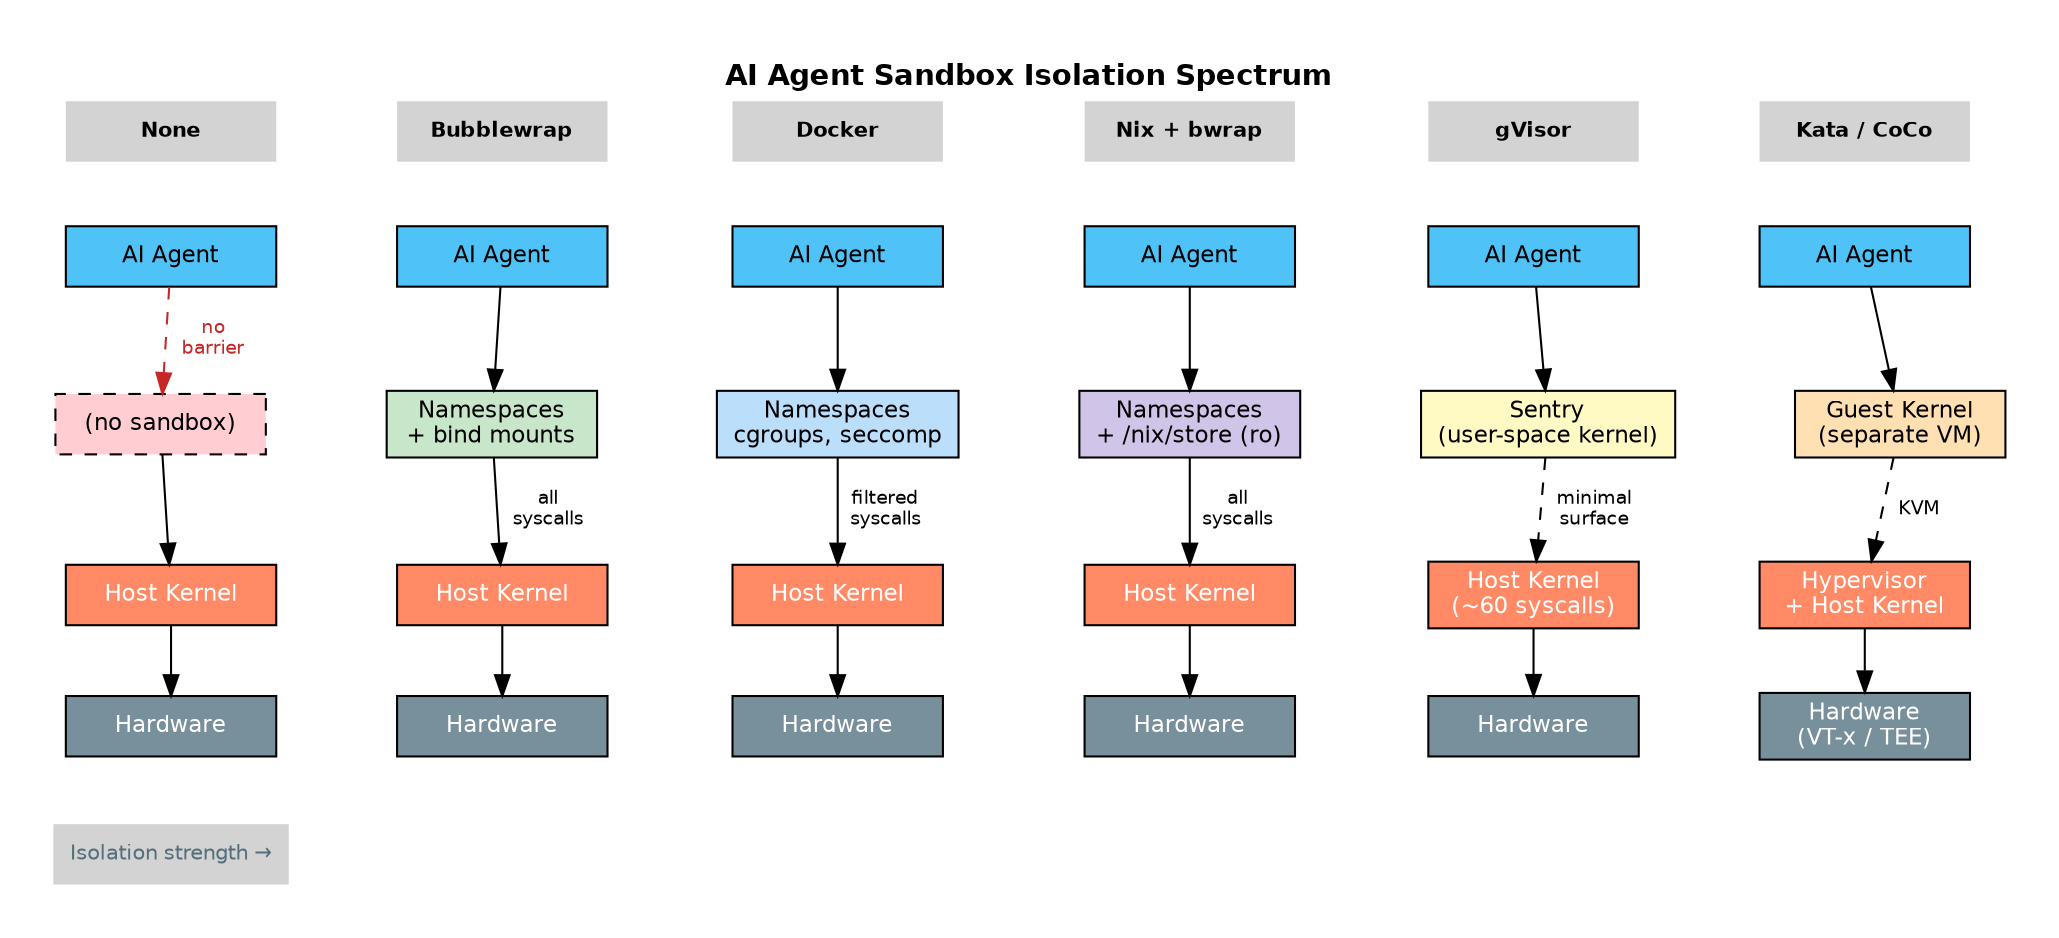
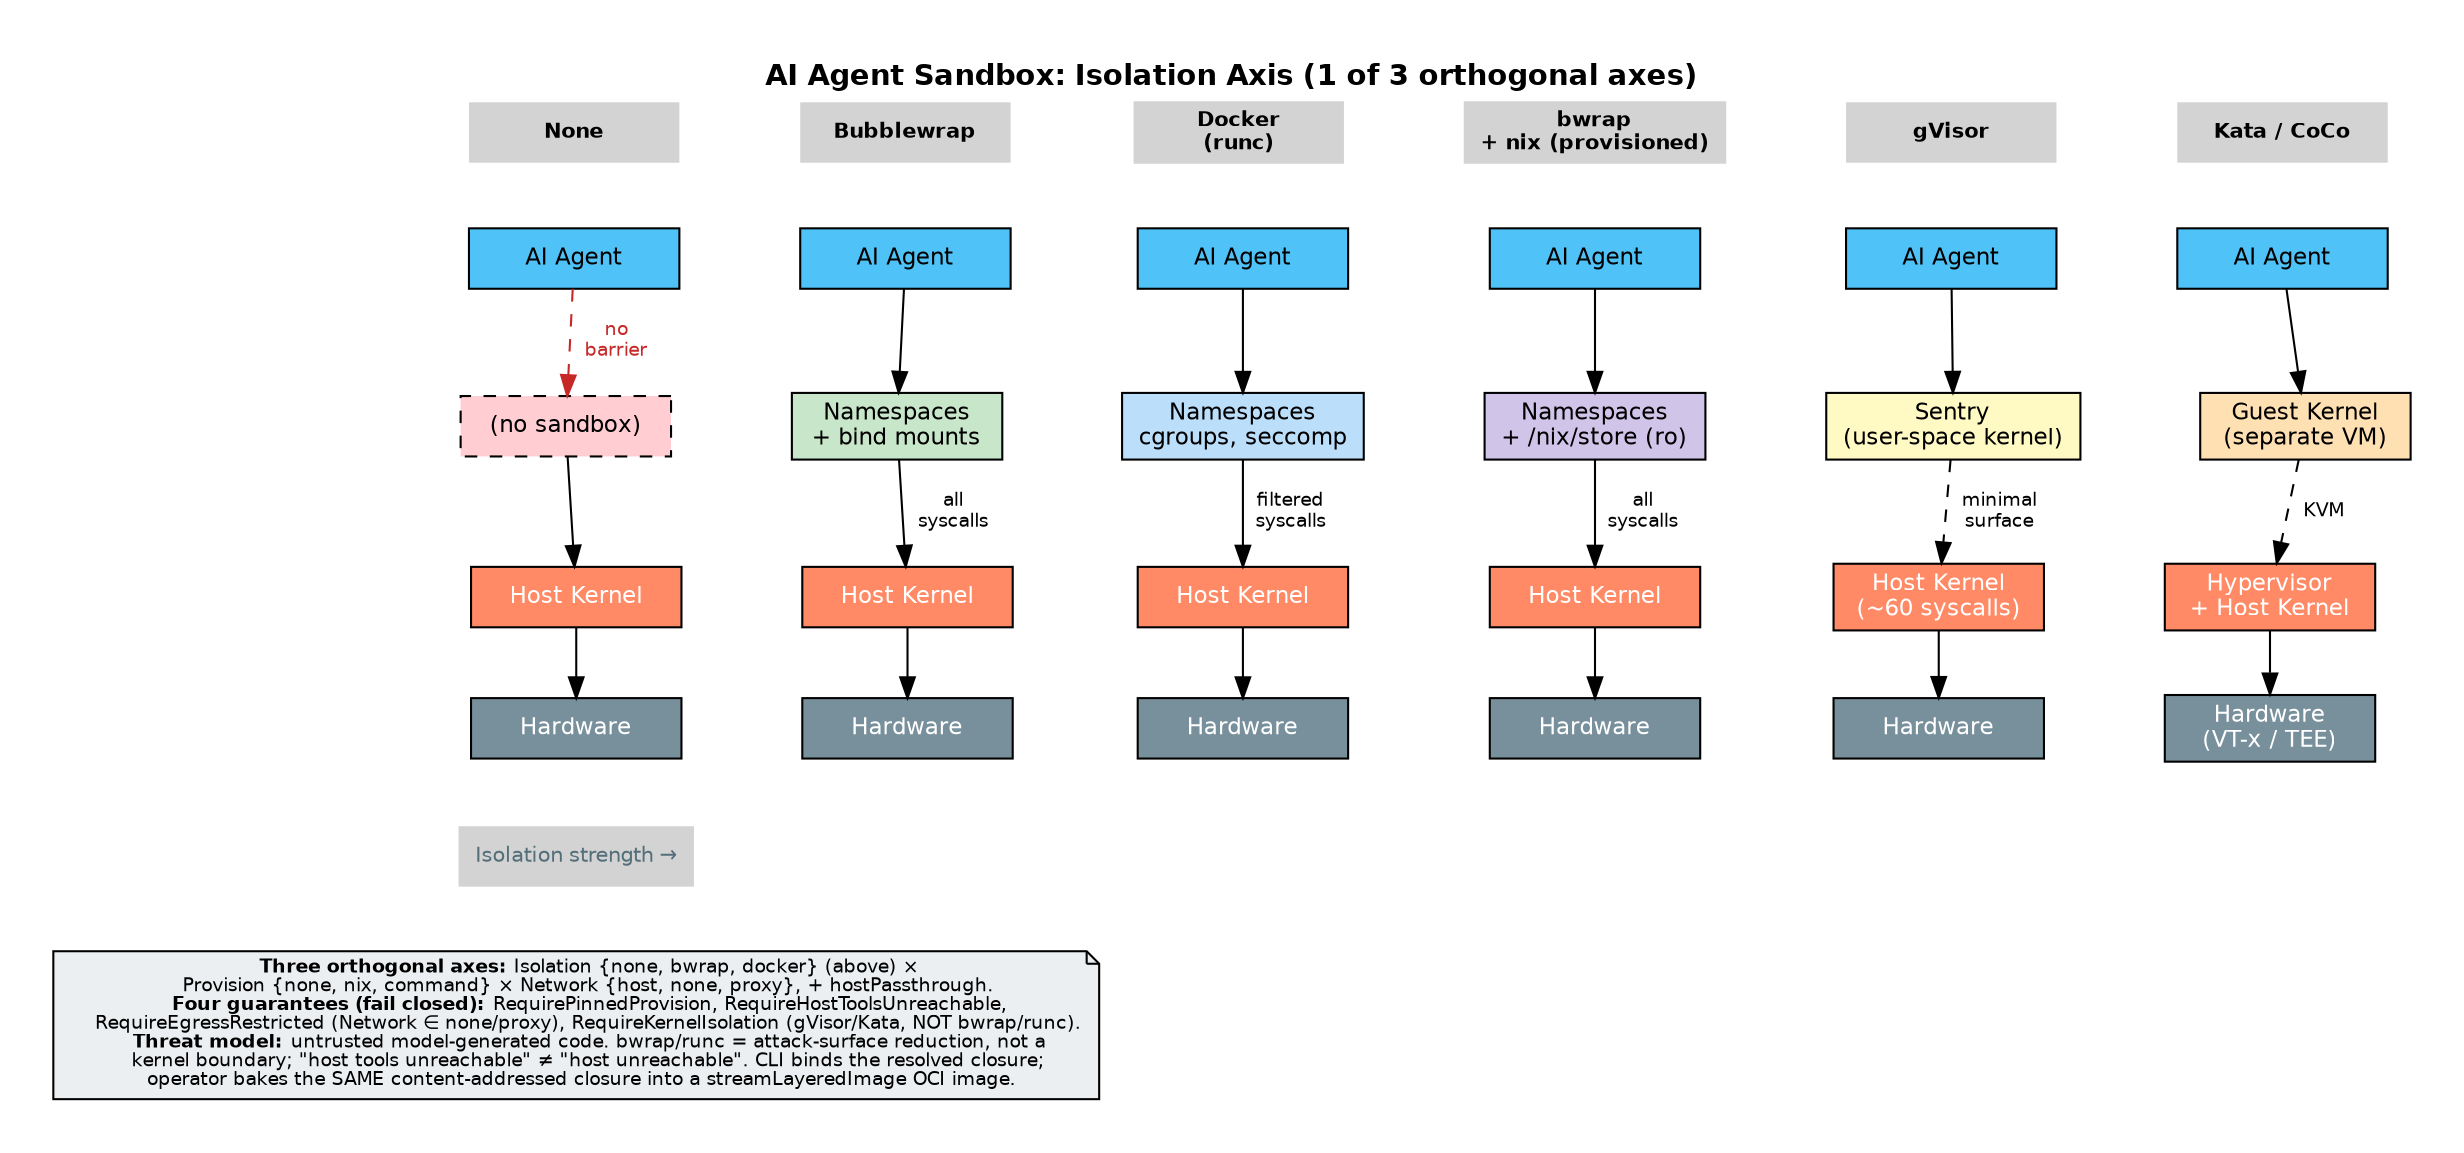
digraph Overview {
  rankdir=TB;
  splines=false;
  nodesep=0.4;
  ranksep=0.4;
  bgcolor="white";
  margin=0.3;

  node [shape=box, style="filled", fontname="Helvetica", fontsize=11, width=1.4, height=0.4];
  edge [fontname="Helvetica", fontsize=9];

-   label="AI Agent Sandbox Isolation Spectrum";
+   label="AI Agent Sandbox: Isolation Axis (1 of 3 orthogonal axes)";
  labelloc=t;
  fontsize=14;
  fontname="Helvetica-Bold";

-   // Column headers
+   // Column headers — the ISOLATION axis. Provision {none,nix,command} and
+   // Network {host,none,proxy} are ORTHOGONAL axes, not points on this spectrum.
  subgraph {
    rank=same;
    h1 [label="None", shape=plaintext, fontsize=10, fontname="Helvetica-Bold"];
    h2 [label="Bubblewrap", shape=plaintext, fontsize=10, fontname="Helvetica-Bold"];
-     h3 [label="Docker", shape=plaintext, fontsize=10, fontname="Helvetica-Bold"];
-     h4 [label="Nix + bwrap", shape=plaintext, fontsize=10, fontname="Helvetica-Bold"];
+     h3 [label="Docker\n(runc)", shape=plaintext, fontsize=10, fontname="Helvetica-Bold"];
+     h4 [label="bwrap\n+ nix (provisioned)", shape=plaintext, fontsize=10, fontname="Helvetica-Bold"];
    h5 [label="gVisor", shape=plaintext, fontsize=10, fontname="Helvetica-Bold"];
    h6 [label="Kata / CoCo", shape=plaintext, fontsize=10, fontname="Helvetica-Bold"];
  }

  // Application layer
  subgraph {
    rank=same;
    a1 [label="AI Agent", fillcolor="#4FC3F7"];
    a2 [label="AI Agent", fillcolor="#4FC3F7"];
    a3 [label="AI Agent", fillcolor="#4FC3F7"];
    a4 [label="AI Agent", fillcolor="#4FC3F7"];
    a5 [label="AI Agent", fillcolor="#4FC3F7"];
    a6 [label="AI Agent", fillcolor="#4FC3F7"];
  }

  // Sandbox / isolation layer
  subgraph {
    rank=same;
    s1 [label="(no sandbox)", fillcolor="#FFCDD2", style="filled,dashed"];
    s2 [label="Namespaces\n+ bind mounts", fillcolor="#C8E6C9"];
    s3 [label="Namespaces\ncgroups, seccomp", fillcolor="#BBDEFB"];
    s4 [label="Namespaces\n+ /nix/store (ro)", fillcolor="#D1C4E9"];
    s5 [label="Sentry\n(user-space kernel)", fillcolor="#FFF9C4"];
    s6 [label="Guest Kernel\n(separate VM)", fillcolor="#FFE0B2"];
  }

  // Kernel layer
  subgraph {
    rank=same;
    k1 [label="Host Kernel", fillcolor="#FF8A65", fontcolor=white];
    k2 [label="Host Kernel", fillcolor="#FF8A65", fontcolor=white];
    k3 [label="Host Kernel", fillcolor="#FF8A65", fontcolor=white];
    k4 [label="Host Kernel", fillcolor="#FF8A65", fontcolor=white];
    k5 [label="Host Kernel\n(~60 syscalls)", fillcolor="#FF8A65", fontcolor=white];
    k6 [label="Hypervisor\n+ Host Kernel", fillcolor="#FF8A65", fontcolor=white];
  }

  // Hardware
  subgraph {
    rank=same;
    hw1 [label="Hardware", fillcolor="#78909C", fontcolor=white];
    hw2 [label="Hardware", fillcolor="#78909C", fontcolor=white];
    hw3 [label="Hardware", fillcolor="#78909C", fontcolor=white];
    hw4 [label="Hardware", fillcolor="#78909C", fontcolor=white];
    hw5 [label="Hardware", fillcolor="#78909C", fontcolor=white];
    hw6 [label="Hardware\n(VT-x / TEE)", fillcolor="#78909C", fontcolor=white];
  }

  // Vertical flows
  h1 -> a1 [style=invis];
  a1 -> s1 [style=dashed, color="#C62828", label="  no\n  barrier", fontcolor="#C62828"];
  s1 -> k1;
  k1 -> hw1;

  h2 -> a2 [style=invis];
  a2 -> s2;
  s2 -> k2 [label="  all\n  syscalls"];
  k2 -> hw2;

  h3 -> a3 [style=invis];
  a3 -> s3;
  s3 -> k3 [label="  filtered\n  syscalls"];
  k3 -> hw3;

  h4 -> a4 [style=invis];
  a4 -> s4;
  s4 -> k4 [label="  all\n  syscalls"];
  k4 -> hw4;

  h5 -> a5 [style=invis];
  a5 -> s5;
  s5 -> k5 [label="  minimal\n  surface", style=dashed];
  k5 -> hw5;

  h6 -> a6 [style=invis];
  a6 -> s6;
  s6 -> k6 [label="  KVM", style=dashed];
  k6 -> hw6;

  // Invisible horizontal ordering
  h1 -> h2 -> h3 -> h4 -> h5 -> h6 [style=invis];
  a1 -> a2 -> a3 -> a4 -> a5 -> a6 [style=invis];
  s1 -> s2 -> s3 -> s4 -> s5 -> s6 [style=invis];
  k1 -> k2 -> k3 -> k4 -> k5 -> k6 [style=invis];
  hw1 -> hw2 -> hw3 -> hw4 -> hw5 -> hw6 [style=invis];

  // Isolation arrow
  arrow_label [label="Isolation strength →", shape=plaintext, fontsize=10, fontcolor="#546E7A"];
  hw1 -> arrow_label [style=invis];
+ 
+   // Three-axis model + policy footnote.
+   caption [shape=note, fillcolor="#ECEFF1", fontsize=9, fontname="Helvetica", label=<
+     <b>Three orthogonal axes:</b> Isolation {none, bwrap, docker} (above) ×<br/>
+     Provision {none, nix, command} × Network {host, none, proxy}, + hostPassthrough.<br/>
+     <b>Four guarantees (fail closed):</b> RequirePinnedProvision, RequireHostToolsUnreachable,<br/>
+     RequireEgressRestricted (Network ∈ none/proxy), RequireKernelIsolation (gVisor/Kata, NOT bwrap/runc).<br/>
+     <b>Threat model:</b> untrusted model-generated code. bwrap/runc = attack-surface reduction, not a<br/>
+     kernel boundary; "host tools unreachable" ≠ "host unreachable". CLI binds the resolved closure;<br/>
+     operator bakes the SAME content-addressed closure into a streamLayeredImage OCI image.
+   >];
+   arrow_label -> caption [style=invis];
}
